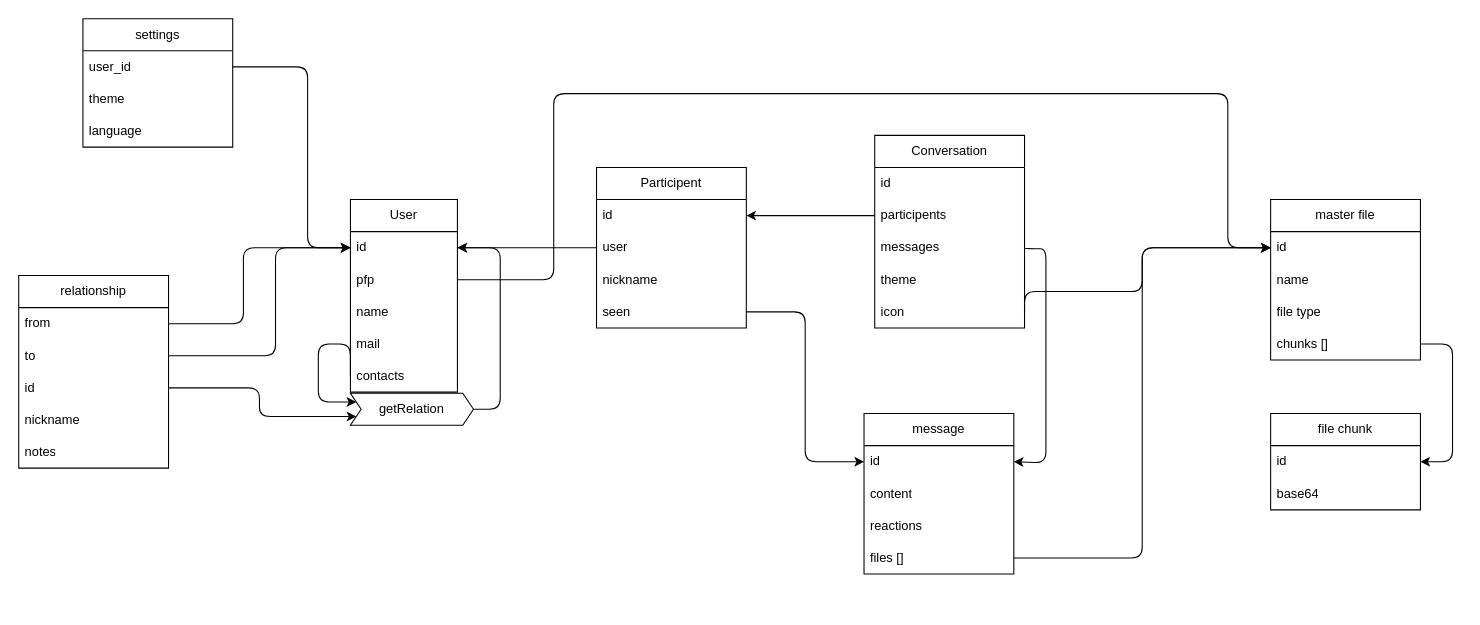
GameBear64/AmberCamp keeps this draw.io diagram as server/docs/wholedb.dio. Above is the earlier version. Source tidied: cells renumbered, new cells numbered last; positions are measured from the earlier drawing's top-left corner, leaving out a move shared by most shapes. Both pictures are drawn from the tidied source at 107%, with x=0, y=0 at pixel (18, 18).
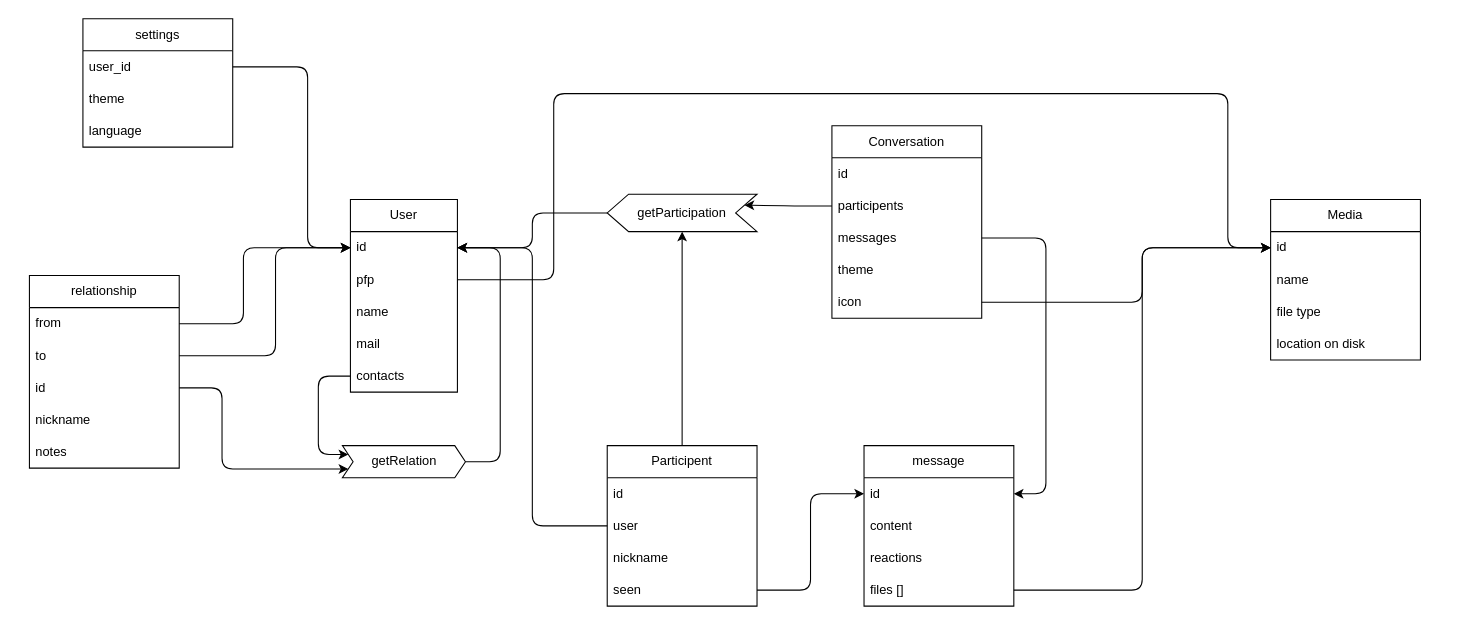
The same page after the edit.

The change refers to these unchanged cells:
```xml
<mxCell id="3" value="id" style="text;strokeColor=none;fillColor=none;align=left;verticalAlign=middle;spacingLeft=4;spacingRight=4;overflow=hidden;points=[[0,0.5],[1,0.5]];portConstraint=eastwest;whiteSpace=wrap;html=1;" parent="2" vertex="1">
  <mxGeometry y="30" width="100" height="30" as="geometry" />
</mxCell>
<mxCell id="7" value="contacts" style="text;strokeColor=none;fillColor=none;align=left;verticalAlign=middle;spacingLeft=4;spacingRight=4;overflow=hidden;points=[[0,0.5],[1,0.5]];portConstraint=eastwest;whiteSpace=wrap;html=1;rounded=0;" parent="2" vertex="1">
  <mxGeometry y="150" width="100" height="30" as="geometry" />
</mxCell>
<mxCell id="14" value="participents" style="text;strokeColor=none;fillColor=none;align=left;verticalAlign=middle;spacingLeft=4;spacingRight=4;overflow=hidden;points=[[0,0.5],[1,0.5]];portConstraint=eastwest;whiteSpace=wrap;html=1;rounded=0;" parent="12" vertex="1">
  <mxGeometry y="60" width="140" height="30" as="geometry" />
</mxCell>
<mxCell id="15" value="messages" style="text;strokeColor=none;fillColor=none;align=left;verticalAlign=middle;spacingLeft=4;spacingRight=4;overflow=hidden;points=[[0,0.5],[1,0.5]];portConstraint=eastwest;whiteSpace=wrap;html=1;rounded=0;" parent="12" vertex="1">
  <mxGeometry y="90" width="140" height="30" as="geometry" />
</mxCell>
<mxCell id="17" value="icon" style="text;strokeColor=none;fillColor=none;align=left;verticalAlign=middle;spacingLeft=4;spacingRight=4;overflow=hidden;points=[[0,0.5],[1,0.5]];portConstraint=eastwest;whiteSpace=wrap;html=1;" parent="12" vertex="1">
  <mxGeometry y="150" width="140" height="30" as="geometry" />
</mxCell>
<mxCell id="19" value="id" style="text;strokeColor=none;fillColor=none;align=left;verticalAlign=middle;spacingLeft=4;spacingRight=4;overflow=hidden;points=[[0,0.5],[1,0.5]];portConstraint=eastwest;whiteSpace=wrap;html=1;rounded=0;" parent="18" vertex="1">
  <mxGeometry y="30" width="140" height="30" as="geometry" />
</mxCell>
<mxCell id="26" value="id" style="text;strokeColor=none;fillColor=none;align=left;verticalAlign=middle;spacingLeft=4;spacingRight=4;overflow=hidden;points=[[0,0.5],[1,0.5]];portConstraint=eastwest;whiteSpace=wrap;html=1;rounded=0;" parent="23" vertex="1">
  <mxGeometry y="90" width="140" height="30" as="geometry" />
</mxCell>
<mxCell id="34" value="id" style="text;strokeColor=none;fillColor=none;align=left;verticalAlign=middle;spacingLeft=4;spacingRight=4;overflow=hidden;points=[[0,0.5],[1,0.5]];portConstraint=eastwest;whiteSpace=wrap;html=1;" parent="33" vertex="1">
  <mxGeometry y="30" width="140" height="30" as="geometry" />
</mxCell>
<mxCell id="37" value="seen" style="text;strokeColor=none;fillColor=none;align=left;verticalAlign=middle;spacingLeft=4;spacingRight=4;overflow=hidden;points=[[0,0.5],[1,0.5]];portConstraint=eastwest;whiteSpace=wrap;html=1;" parent="33" vertex="1">
  <mxGeometry y="120" width="140" height="30" as="geometry" />
</mxCell>
<mxCell id="45" value="id" style="text;strokeColor=none;fillColor=none;align=left;verticalAlign=middle;spacingLeft=4;spacingRight=4;overflow=hidden;points=[[0,0.5],[1,0.5]];portConstraint=eastwest;whiteSpace=wrap;html=1;" parent="44" vertex="1">
  <mxGeometry y="30" width="140" height="30" as="geometry" />
</mxCell>
```

Diff of the diagram source:
```diff
@@
     <mxCell id="12" value="Conversation" style="swimlane;fontStyle=0;horizontal=1;startSize=30;whiteSpace=wrap;html=1;rounded=0;" parent="1" vertex="1">
-      <mxGeometry x="800" y="109" width="140" height="180" as="geometry" />
+      <mxGeometry x="760" y="100" width="140" height="180" as="geometry" />
     </mxCell>
@@
     <mxCell id="18" value="message" style="swimlane;fontStyle=0;horizontal=1;startSize=30;whiteSpace=wrap;html=1;rounded=0;" parent="1" vertex="1">
-      <mxGeometry x="790" y="369" width="140" height="150" as="geometry" />
+      <mxGeometry x="790" y="399" width="140" height="150" as="geometry" />
     </mxCell>
@@
     <mxCell id="23" value="relationship" style="swimlane;fontStyle=0;horizontal=1;startSize=30;whiteSpace=wrap;html=1;rounded=0;" parent="1" vertex="1">
-      <mxGeometry y="240" width="140" height="180" as="geometry" />
+      <mxGeometry x="10" y="240" width="140" height="180" as="geometry" />
     </mxCell>
@@
     <mxCell id="31" style="edgeStyle=orthogonalEdgeStyle;rounded=1;html=1;exitX=1;exitY=0.5;exitDx=0;exitDy=0;entryX=1;entryY=0.5;entryDx=0;entryDy=0;" parent="1" edge="1" source="32" target="3">
       <mxGeometry relative="1" as="geometry">
         <Array as="points">
-          <mxPoint x="450" y="365" />
+          <mxPoint x="450" y="414" />
           <mxPoint x="450" y="214" />
         </Array>
       </mxGeometry>
     </mxCell>
     <mxCell id="32" value="getRelation" style="shape=step;perimeter=stepPerimeter;whiteSpace=wrap;html=1;fixedSize=1;rounded=0;size=10;" parent="1" vertex="1">
-      <mxGeometry x="310" y="350" width="115" height="30" as="geometry" />
+      <mxGeometry x="302.5" y="399" width="115" height="30" as="geometry" />
     </mxCell>
+    <mxCell id="57" style="edgeStyle=orthogonalEdgeStyle;html=1;entryX=0.5;entryY=0;entryDx=0;entryDy=0;" parent="1" edge="1" source="33" target="59">
+      <mxGeometry relative="1" as="geometry" />
+    </mxCell>
     <mxCell id="33" value="Participent" style="swimlane;fontStyle=0;horizontal=1;startSize=30;whiteSpace=wrap;html=1;" parent="1" vertex="1">
-      <mxGeometry x="540" y="139" width="140" height="150" as="geometry" />
+      <mxGeometry x="550" y="399" width="140" height="150" as="geometry" />
     </mxCell>
@@
-    <mxCell id="38" style="edgeStyle=orthogonalEdgeStyle;html=1;exitX=1;exitY=0.5;exitDx=0;exitDy=0;entryX=0;entryY=0.5;entryDx=0;entryDy=0;" parent="1" edge="1" source="37" target="19">
-      <mxGeometry relative="1" as="geometry" />
-    </mxCell>
@@
     <mxCell id="40" style="edgeStyle=orthogonalEdgeStyle;html=1;exitX=1;exitY=0.5;exitDx=0;exitDy=0;entryX=0;entryY=0.75;entryDx=0;entryDy=0;" parent="1" edge="1" source="26" target="32">
-      <mxGeometry relative="1" as="geometry" />
+      <mxGeometry relative="1" as="geometry">
+        <Array as="points">
+          <mxPoint x="190" y="345" />
+          <mxPoint x="190" y="421" />
+        </Array>
+      </mxGeometry>
     </mxCell>
     <mxCell id="41" style="edgeStyle=orthogonalEdgeStyle;html=1;exitX=0;exitY=0.5;exitDx=0;exitDy=0;entryX=0;entryY=0.25;entryDx=0;entryDy=0;" parent="1" edge="1" source="7" target="32">
       <mxGeometry relative="1" as="geometry">
         <Array as="points">
-          <mxPoint x="280" y="304" />
-          <mxPoint x="280" y="358" />
+          <mxPoint x="280" y="334" />
+          <mxPoint x="280" y="407" />
         </Array>
       </mxGeometry>
     </mxCell>
-    <mxCell id="42" style="edgeStyle=orthogonalEdgeStyle;html=1;exitX=0;exitY=0.5;exitDx=0;exitDy=0;entryX=1;entryY=0.5;entryDx=0;entryDy=0;" parent="1" edge="1" source="14" target="34">
-      <mxGeometry relative="1" as="geometry" />
-    </mxCell>
     <mxCell id="43" style="edgeStyle=orthogonalEdgeStyle;html=1;exitX=1;exitY=0.5;exitDx=0;exitDy=0;entryX=1;entryY=0.5;entryDx=0;entryDy=0;" parent="1" edge="1" source="15" target="19">
       <mxGeometry relative="1" as="geometry">
         <Array as="points">
-          <mxPoint x="960" y="215" />
-          <mxPoint x="960" y="415" />
+          <mxPoint x="960" y="205" />
+          <mxPoint x="960" y="444" />
         </Array>
       </mxGeometry>
     </mxCell>
-    <mxCell id="44" value="master file" style="swimlane;fontStyle=0;horizontal=1;startSize=30;whiteSpace=wrap;html=1;" parent="1" vertex="1">
+    <mxCell id="44" value="Media" style="swimlane;fontStyle=0;horizontal=1;startSize=30;whiteSpace=wrap;html=1;" parent="1" vertex="1">
       <mxGeometry x="1170" y="169" width="140" height="150" as="geometry" />
     </mxCell>
@@
-    <mxCell id="48" value="chunks []" style="text;strokeColor=none;fillColor=none;align=left;verticalAlign=middle;spacingLeft=4;spacingRight=4;overflow=hidden;points=[[0,0.5],[1,0.5]];portConstraint=eastwest;whiteSpace=wrap;html=1;" parent="44" vertex="1">
+    <mxCell id="48" value="location on disk" style="text;strokeColor=none;fillColor=none;align=left;verticalAlign=middle;spacingLeft=4;spacingRight=4;overflow=hidden;points=[[0,0.5],[1,0.5]];portConstraint=eastwest;whiteSpace=wrap;html=1;" parent="44" vertex="1">
       <mxGeometry y="120" width="140" height="30" as="geometry" />
     </mxCell>
-    <mxCell id="49" value="file chunk" style="swimlane;fontStyle=0;horizontal=1;startSize=30;whiteSpace=wrap;html=1;" parent="1" vertex="1">
-      <mxGeometry x="1170" y="369" width="140" height="90" as="geometry" />
-    </mxCell>
-    <mxCell id="50" value="id" style="text;strokeColor=none;fillColor=none;align=left;verticalAlign=middle;spacingLeft=4;spacingRight=4;overflow=hidden;whiteSpace=wrap;html=1;" parent="49" vertex="1">
-      <mxGeometry y="30" width="140" height="30" as="geometry" />
-    </mxCell>
-    <mxCell id="51" value="base64" style="text;strokeColor=none;fillColor=none;align=left;verticalAlign=middle;spacingLeft=4;spacingRight=4;overflow=hidden;whiteSpace=wrap;html=1;" parent="49" vertex="1">
-      <mxGeometry y="60" width="140" height="30" as="geometry" />
-    </mxCell>
@@
     <mxCell id="53" style="edgeStyle=orthogonalEdgeStyle;html=1;exitX=1;exitY=0.5;exitDx=0;exitDy=0;entryX=0;entryY=0.5;entryDx=0;entryDy=0;" parent="1" edge="1" source="17" target="45">
       <mxGeometry relative="1" as="geometry">
         <Array as="points">
-          <mxPoint x="1050" y="255" />
+          <mxPoint x="1050" y="265" />
           <mxPoint x="1050" y="214" />
         </Array>
       </mxGeometry>
     </mxCell>
@@
-    <mxCell id="56" style="edgeStyle=orthogonalEdgeStyle;html=1;exitX=1;exitY=0.5;exitDx=0;exitDy=0;entryX=1;entryY=0.5;entryDx=0;entryDy=0;" parent="1" edge="1" source="48" target="49">
-      <mxGeometry relative="1" as="geometry">
-        <Array as="points">
-          <mxPoint x="1340" y="304" />
-          <mxPoint x="1340" y="414" />
-        </Array>
-      </mxGeometry>
-    </mxCell>
+    <mxCell id="38" style="edgeStyle=orthogonalEdgeStyle;html=1;entryX=0;entryY=0.5;entryDx=0;entryDy=0;" parent="1" edge="1" source="37" target="19">
+      <mxGeometry relative="1" as="geometry" />
+    </mxCell>
+    <mxCell id="58" style="edgeStyle=orthogonalEdgeStyle;html=1;exitX=1;exitY=0.5;exitDx=0;exitDy=0;entryX=1;entryY=0.5;entryDx=0;entryDy=0;" parent="1" edge="1" source="59" target="3">
+      <mxGeometry relative="1" as="geometry" />
+    </mxCell>
+    <mxCell id="59" value="getParticipation" style="shape=step;perimeter=stepPerimeter;whiteSpace=wrap;html=1;fixedSize=1;direction=west;" parent="1" vertex="1">
+      <mxGeometry x="550" y="164" width="140" height="35" as="geometry" />
+    </mxCell>
+    <mxCell id="60" style="edgeStyle=orthogonalEdgeStyle;html=1;exitX=0;exitY=0.5;exitDx=0;exitDy=0;entryX=0;entryY=0.75;entryDx=0;entryDy=0;" parent="1" edge="1" source="14" target="59">
+      <mxGeometry relative="1" as="geometry" />
+    </mxCell>
```
